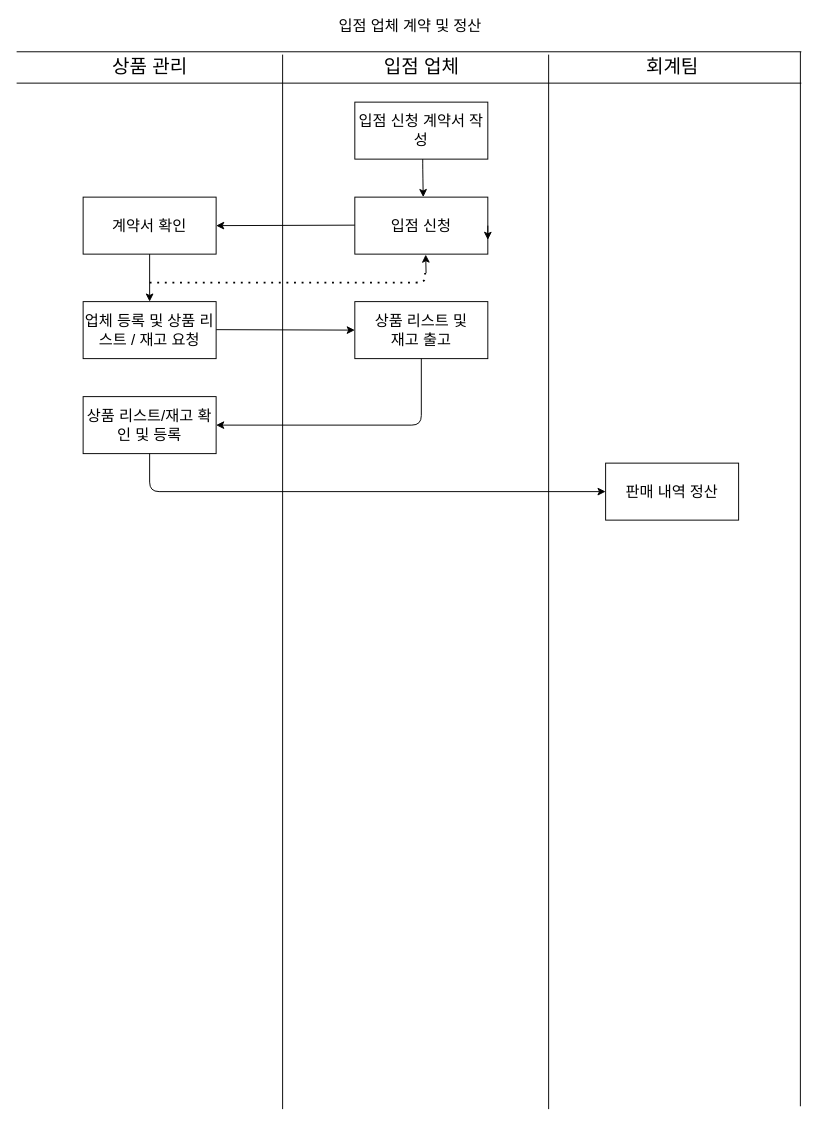
Earlier version of the draw.io diagram Untitled Diagram.drawio (gkwlem/gkwlem). Source tidied: cells renumbered, new cells numbered last; positions are measured from the earlier drawing's top-left corner, leaving out a move shared by most shapes. Both pictures are drawn from the tidied source at 95%, with x=0, y=0 at pixel (16, 16).
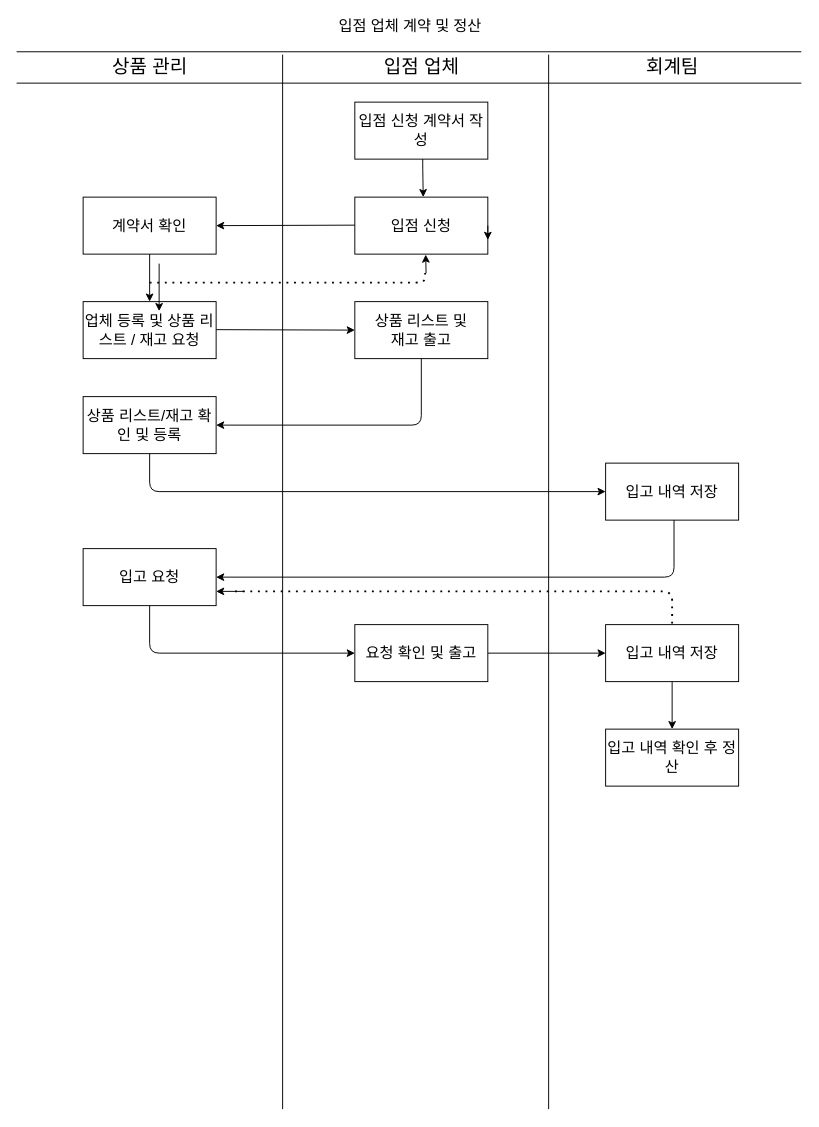
The same diagram, later.

Diff of the diagram source:
```diff
@@
-    <mxCell id="20" style="endArrow=none;html=1;" parent="1" edge="1">
-      <mxGeometry relative="1" as="geometry">
-        <mxPoint x="825" y="1147" as="sourcePoint" />
-        <mxPoint x="825" y="37" as="targetPoint" />
-      </mxGeometry>
-    </mxCell>
@@
-    <mxCell id="26" value="판매 내역 정산" style="rounded=0;whiteSpace=wrap;html=1;sketch=0;fontSize=16;" parent="1" vertex="1">
+    <mxCell id="26" value="입고 내역 저장" style="rounded=0;whiteSpace=wrap;html=1;sketch=0;fontSize=16;" parent="1" vertex="1">
       <mxGeometry x="620" y="470" width="140" height="60" as="geometry" />
     </mxCell>
@@
+    <mxCell id="28" value="요청 확인 및 출고" style="rounded=0;whiteSpace=wrap;html=1;sketch=0;fontSize=16;" parent="1" vertex="1">
+      <mxGeometry x="356" y="640" width="140" height="60" as="geometry" />
+    </mxCell>
+    <mxCell id="29" value="입고 요청" style="rounded=0;whiteSpace=wrap;html=1;sketch=0;fontSize=16;" parent="1" vertex="1">
+      <mxGeometry x="70" y="560" width="140" height="60" as="geometry" />
+    </mxCell>
+    <mxCell id="30" style="endArrow=classic;html=1;fontSize=16;exitX=0.5;exitY=1;exitDx=0;exitDy=0;entryX=1;entryY=0.5;entryDx=0;entryDy=0;" parent="1" edge="1" target="29">
+      <mxGeometry relative="1" as="geometry">
+        <mxPoint x="692" y="530" as="sourcePoint" />
+        <Array as="points">
+          <mxPoint x="692" y="590" />
+        </Array>
+      </mxGeometry>
+    </mxCell>
+    <mxCell id="31" style="endArrow=classic;html=1;fontSize=16;exitX=0.5;exitY=1;exitDx=0;exitDy=0;entryX=0;entryY=0.5;entryDx=0;entryDy=0;" parent="1" edge="1" target="28">
+      <mxGeometry relative="1" as="geometry">
+        <mxPoint x="140" y="620" as="sourcePoint" />
+        <Array as="points">
+          <mxPoint x="140" y="670" />
+        </Array>
+      </mxGeometry>
+    </mxCell>
+    <mxCell id="32" value="입고 내역 저장" style="rounded=0;whiteSpace=wrap;html=1;sketch=0;fontSize=16;" parent="1" vertex="1">
+      <mxGeometry x="620" y="640" width="140" height="60" as="geometry" />
+    </mxCell>
+    <mxCell id="33" style="endArrow=none;dashed=1;html=1;dashPattern=1 3;strokeWidth=2;entryX=0.5;entryY=0;entryDx=0;entryDy=0;" parent="1" edge="1" target="32">
+      <mxGeometry relative="1" as="geometry">
+        <mxPoint x="230" y="605" as="sourcePoint" />
+        <Array as="points">
+          <mxPoint x="690" y="605" />
+        </Array>
+      </mxGeometry>
+    </mxCell>
+    <mxCell id="34" style="endArrow=classic;html=1;entryX=1;entryY=0.75;entryDx=0;entryDy=0;" parent="1" edge="1" target="29">
+      <mxGeometry relative="1" as="geometry">
+        <mxPoint x="240" y="605" as="sourcePoint" />
+      </mxGeometry>
+    </mxCell>
+    <mxCell id="35" style="endArrow=classic;html=1;entryX=0;entryY=0.5;entryDx=0;entryDy=0;exitX=1;exitY=0.5;exitDx=0;exitDy=0;" parent="1" edge="1" source="28" target="32">
+      <mxGeometry relative="1" as="geometry" />
+    </mxCell>
+    <mxCell id="36" value="입고 내역 확인 후 정산" style="rounded=0;whiteSpace=wrap;html=1;sketch=0;fontSize=16;" parent="1" vertex="1">
+      <mxGeometry x="620" y="750" width="140" height="60" as="geometry" />
+    </mxCell>
+    <mxCell id="37" style="endArrow=classic;html=1;fontSize=16;entryX=0.5;entryY=0;entryDx=0;entryDy=0;" parent="1" edge="1">
+      <mxGeometry relative="1" as="geometry">
+        <mxPoint x="150" y="260" as="sourcePoint" />
+        <mxPoint x="150" y="310" as="targetPoint" />
+      </mxGeometry>
+    </mxCell>
+    <mxCell id="38" style="endArrow=classic;html=1;entryX=0.5;entryY=0;entryDx=0;entryDy=0;exitX=0.5;exitY=1;exitDx=0;exitDy=0;" parent="1" edge="1" source="32" target="36">
+      <mxGeometry relative="1" as="geometry" />
+    </mxCell>
```
